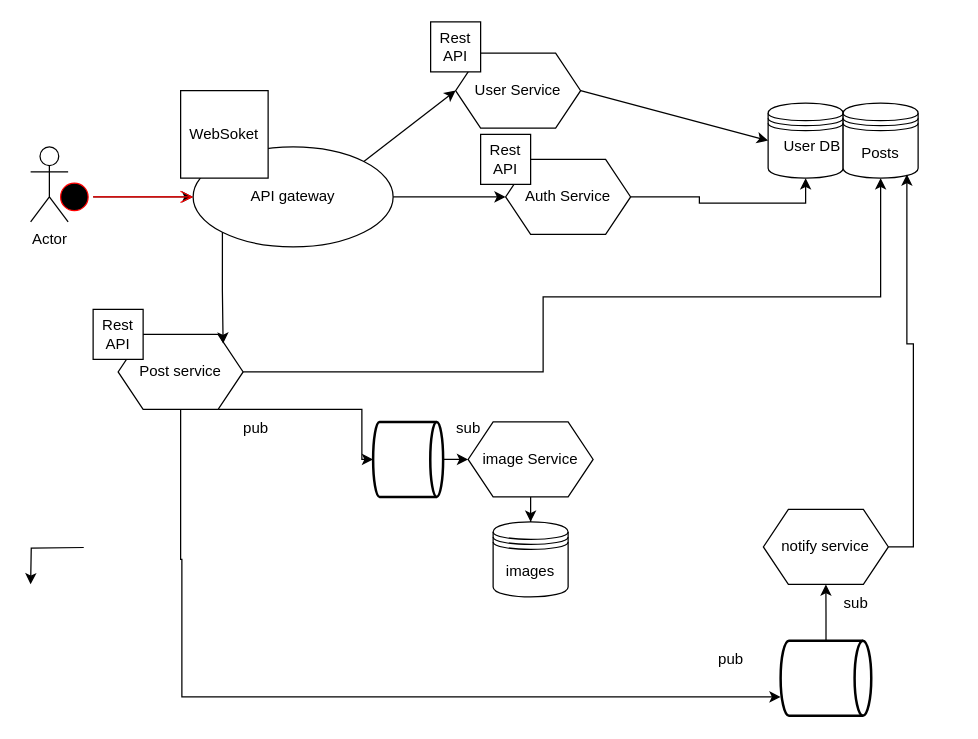
Earlier version of the draw.io diagram src/Диаграмма без названия.drawio (maxfa5/image-boarg). Source tidied: cells renumbered, new cells numbered last; positions are measured from the earlier drawing's top-left corner, leaving out a move shared by most shapes. Both pictures are drawn from the tidied source at 125%, with x=0, y=0 at pixel (30, 21).
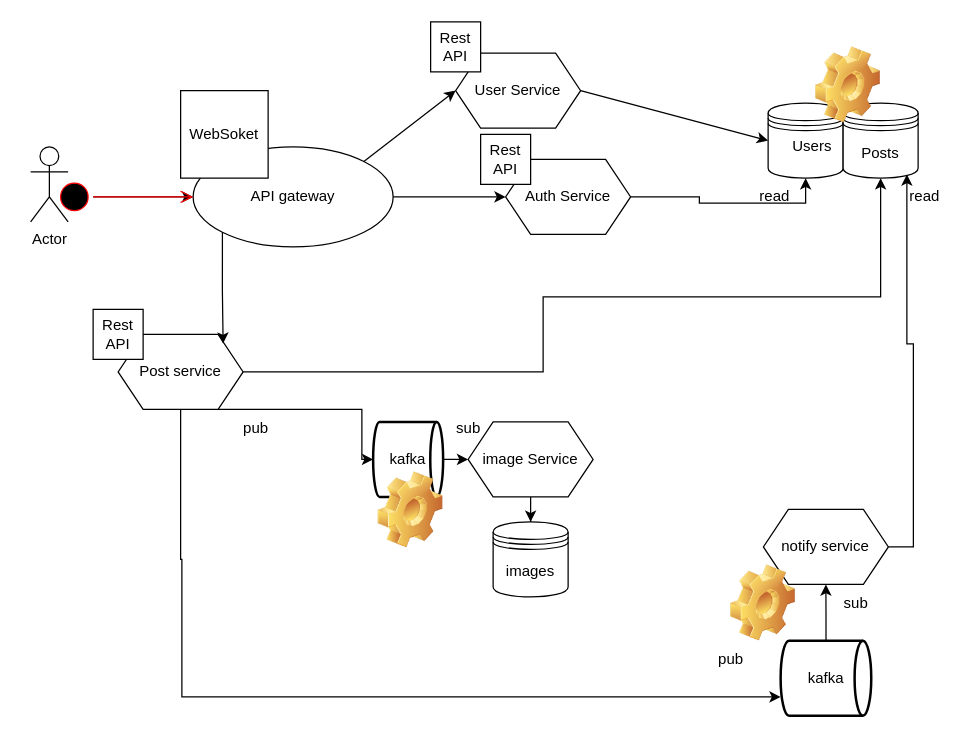
The same page after the edit.

What changed in the source:
```diff
@@
-    <mxCell id="15" value="User DB" style="text;html=1;align=center;verticalAlign=middle;strokeColor=none;fillColor=none;" parent="1" vertex="1">
-      <mxGeometry x="590" y="85" width="70" height="30" as="geometry" />
+    <mxCell id="15" value="Users" style="text;html=1;align=center;verticalAlign=middle;strokeColor=none;fillColor=none;" parent="1" vertex="1">
+      <mxGeometry x="600" y="85" width="50" height="30" as="geometry" />
     </mxCell>
@@
-    <mxCell id="27" style="strokeWidth=2;html=1;shape=mxgraph.flowchart.direct_data;whiteSpace=wrap;" parent="1" vertex="1">
+    <mxCell id="27" value="kafka" style="strokeWidth=2;html=1;shape=mxgraph.flowchart.direct_data;whiteSpace=wrap;" parent="1" vertex="1">
       <mxGeometry x="274" y="320" width="56" height="60" as="geometry" />
     </mxCell>
@@
-    <mxCell id="31" style="edgeStyle=orthogonalEdgeStyle;rounded=0;orthogonalLoop=1;jettySize=auto;html=1;exitX=1;exitY=0.5;exitDx=0;exitDy=0;exitPerimeter=0;" parent="1" edge="1">
-      <mxGeometry relative="1" as="geometry">
-        <mxPoint x="42.5" y="420.5" as="sourcePoint" />
-        <mxPoint y="450" as="targetPoint" />
-      </mxGeometry>
-    </mxCell>
@@
-    <mxCell id="33" style="strokeWidth=2;html=1;shape=mxgraph.flowchart.direct_data;whiteSpace=wrap;rotation=0;" parent="1" vertex="1">
+    <mxCell id="33" value="kafka" style="strokeWidth=2;html=1;shape=mxgraph.flowchart.direct_data;whiteSpace=wrap;rotation=0;" parent="1" vertex="1">
       <mxGeometry x="600" y="495" width="72.5" height="60" as="geometry" />
     </mxCell>
@@
+    <mxCell id="39" value="read" style="text;html=1;align=center;verticalAlign=middle;strokeColor=none;fillColor=none;" parent="1" vertex="1">
+      <mxGeometry x="690" y="125" width="50" height="30" as="geometry" />
+    </mxCell>
+    <mxCell id="40" value="read" style="text;html=1;align=center;verticalAlign=middle;strokeColor=none;fillColor=none;" parent="1" vertex="1">
+      <mxGeometry x="570" y="125" width="50" height="30" as="geometry" />
+    </mxCell>
+    <mxCell id="41" style="shape=image;html=1;verticalLabelPosition=bottom;verticalAlign=top;imageAspect=1;image=img/clipart/Gear_128x128.png;" parent="1" vertex="1">
+      <mxGeometry x="278" y="360" width="52" height="61" as="geometry" />
+    </mxCell>
+    <mxCell id="42" style="shape=image;html=1;verticalLabelPosition=bottom;verticalAlign=top;imageAspect=1;image=img/clipart/Gear_128x128.png;" parent="1" vertex="1">
+      <mxGeometry x="628" y="20" width="52" height="61" as="geometry" />
+    </mxCell>
+    <mxCell id="43" style="shape=image;html=1;verticalLabelPosition=bottom;verticalAlign=top;imageAspect=1;image=img/clipart/Gear_128x128.png;" parent="1" vertex="1">
+      <mxGeometry x="560" y="434.5" width="52" height="61" as="geometry" />
+    </mxCell>
```
